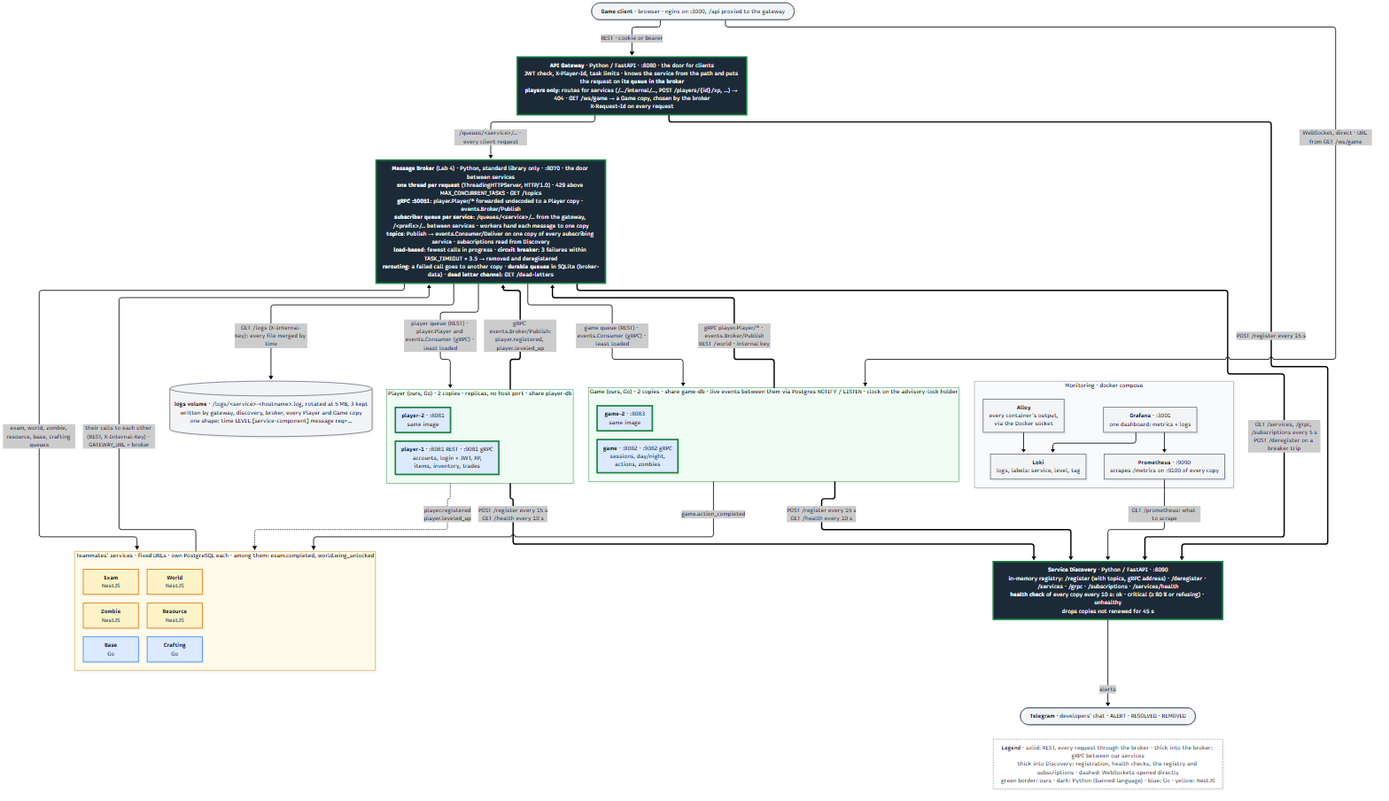
The Mermaid diagram architecture.png in fish30008/in-kahoots-with-the-undead, before a commit. Its source is kept beside it as architecture.mmd.
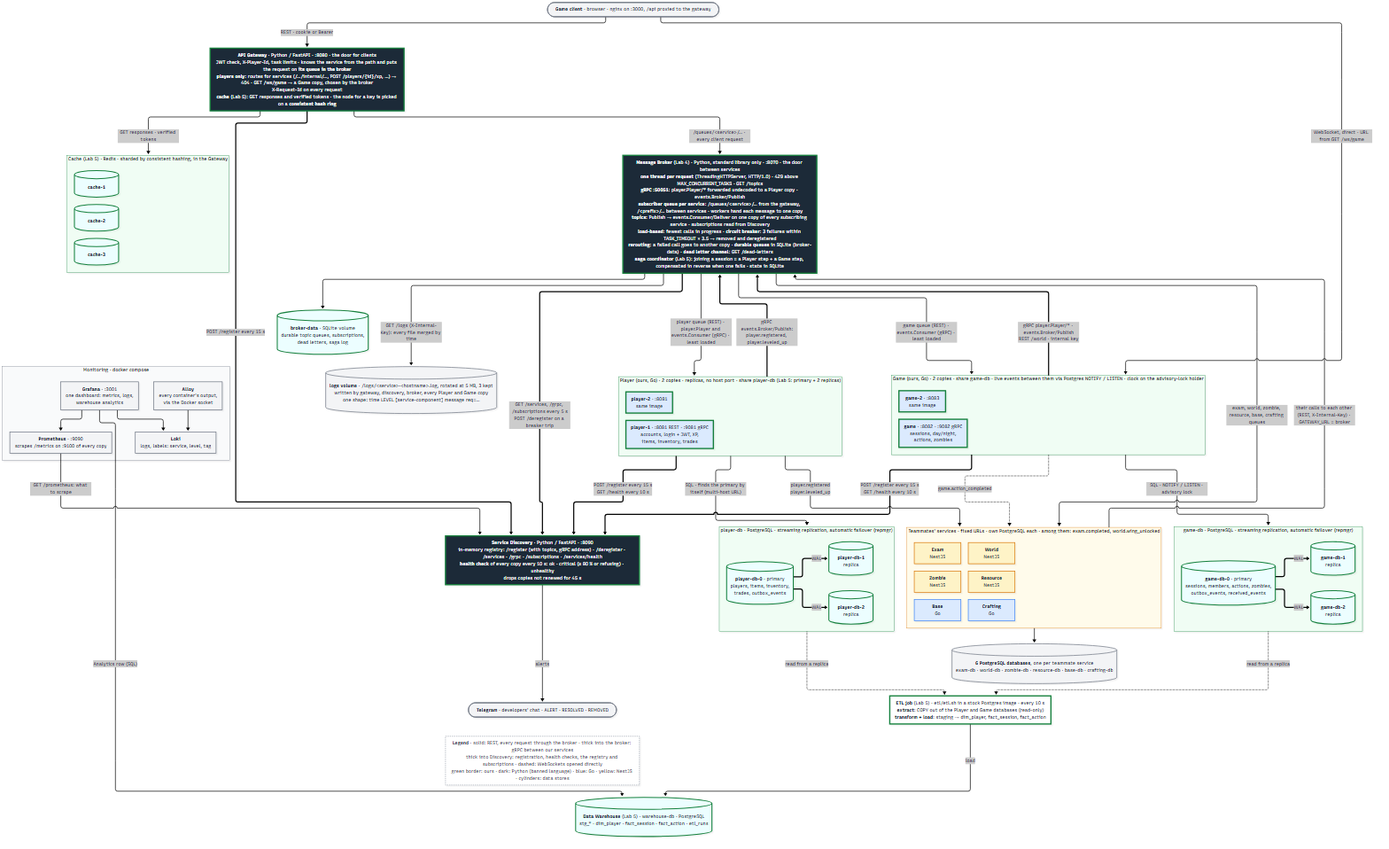
Above is the later version.

Commit message:
grades 2-4: diagram, data warehouse, etl job

Change to the diagram source:
```diff
@@ -3,11 +3,11 @@
 
     client(["<b>Game client</b> · browser · nginx on :3000, /api proxied to the gateway"])
 
-    gateway["<b>API Gateway</b> · Python / FastAPI · :8080 · the door for clients<br/>JWT check, X-Player-Id, task limits · knows the service from the path and puts the request on <b>its queue in the broker</b><br/><b>players only</b>: routes for services (/…/internal/…, POST /players/{id}/xp, …) → 404 · GET /ws/game → a Game copy, chosen by the broker<br/>X-Request-Id on every request"]
+    gateway["<b>API Gateway</b> · Python / FastAPI · :8080 · the door for clients<br/>JWT check, X-Player-Id, task limits · knows the service from the path and puts the request on <b>its queue in the broker</b><br/><b>players only</b>: routes for services (/…/internal/…, POST /players/{id}/xp, …) → 404 · GET /ws/game → a Game copy, chosen by the broker<br/>X-Request-Id on every request<br/><b>cache</b> (Lab 5): GET responses and verified tokens · the node for a key is picked on a <b>consistent hash ring</b>"]
 
-    broker["<b>Message Broker</b> (Lab 4) · Python, standard library only · :8070 · the door between services<br/><b>one thread per request</b> (ThreadingHTTPServer, HTTP/1.0) · 429 above MAX_CONCURRENT_TASKS · GET /topics<br/><b>gRPC :50051</b>: player.Player/* forwarded undecoded to a Player copy · events.Broker/Publish<br/><b>subscriber queue per service</b>: /queues/&lt;service&gt;/… from the gateway, /&lt;prefix&gt;/… between services · workers hand each message to one copy<br/><b>topics</b>: Publish → events.Consumer/Deliver on one copy of every subscribing service · subscriptions read from Discovery<br/><b>load-based</b>: fewest calls in progress · <b>circuit breaker</b>: 3 failures within TASK_TIMEOUT × 3.5 → removed and deregistered<br/><b>rerouting</b>: a failed call goes to another copy · <b>durable queues</b> in SQLite (broker-data) · <b>dead letter channel</b>: GET /dead-letters"]
+    broker["<b>Message Broker</b> (Lab 4) · Python, standard library only · :8070 · the door between services<br/><b>one thread per request</b> (ThreadingHTTPServer, HTTP/1.0) · 429 above MAX_CONCURRENT_TASKS · GET /topics<br/><b>gRPC :50051</b>: player.Player/* forwarded undecoded to a Player copy · events.Broker/Publish<br/><b>subscriber queue per service</b>: /queues/&lt;service&gt;/… from the gateway, /&lt;prefix&gt;/… between services · workers hand each message to one copy<br/><b>topics</b>: Publish → events.Consumer/Deliver on one copy of every subscribing service · subscriptions read from Discovery<br/><b>load-based</b>: fewest calls in progress · <b>circuit breaker</b>: 3 failures within TASK_TIMEOUT × 3.5 → removed and deregistered<br/><b>rerouting</b>: a failed call goes to another copy · <b>durable queues</b> in SQLite (broker-data) · <b>dead letter channel</b>: GET /dead-letters<br/><b>saga coordinator</b> (Lab 5): joining a session = a Player step + a Game step, compensated in reverse when one fails · state in SQLite"]
 
-    subgraph playercopies["Player (ours, Go) · 2 copies · replicas, no host port · share player-db"]
+    subgraph playercopies["Player (ours, Go) · 2 copies · replicas, no host port · share player-db (Lab 5: primary + 2 replicas)"]
         direction LR
         player1["<b>player-1</b> · :8081 REST · :9081 gRPC<br/>accounts, login + JWT, XP,<br/>items, inventory, trades"]
         player2["<b>player-2</b> · :8081<br/>same image"]
@@ -35,6 +35,49 @@
 
     logs[("<b>logs volume</b> · /logs/&lt;service&gt;-&lt;hostname&gt;.log, rotated at 5 MB, 3 kept<br/>written by gateway, discovery, broker, every Player and Game copy<br/>one shape: time LEVEL [service-component] message req=…")]
 
+
+    subgraph cache["Cache (Lab 5) · Redis · sharded by consistent hashing, in the Gateway"]
+        direction LR
+        cache1[("<b>cache-1</b>")]
+        cache2[("<b>cache-2</b>")]
+        cache3[("<b>cache-3</b>")]
+    end
+
+    brokerdata[("<b>broker-data</b> · SQLite volume<br/>durable topic queues, subscriptions,<br/>dead letters, saga log")]
+
+    subgraph playerdb["player-db · PostgreSQL · streaming replication, automatic failover (repmgr)"]
+        direction LR
+        playerdb0[("<b>player-db-0</b> · primary<br/>players, items, inventory,<br/>trades, outbox_events")]
+        playerdb1[("<b>player-db-1</b><br/>replica")]
+        playerdb2[("<b>player-db-2</b><br/>replica")]
+        playerdb0 == "WAL" ==> playerdb1
+        playerdb0 == "WAL" ==> playerdb2
+    end
+
+    subgraph gamedb["game-db · PostgreSQL · streaming replication, automatic failover (repmgr)"]
+        direction LR
+        gamedb0[("<b>game-db-0</b> · primary<br/>sessions, members, actions, zombies,<br/>outbox_events, received_events")]
+        gamedb1[("<b>game-db-1</b><br/>replica")]
+        gamedb2[("<b>game-db-2</b><br/>replica")]
+        gamedb0 == "WAL" ==> gamedb1
+        gamedb0 == "WAL" ==> gamedb2
+    end
+
+    teamdb[("<b>6 PostgreSQL databases</b>, one per teammate service<br/>exam-db · world-db · zombie-db · resource-db · base-db · crafting-db")]
+
+    etl["<b>ETL job</b> (Lab 5) · etl/etl.sh in a stock Postgres image · every 10 s<br/><b>extract</b>: COPY out of the Player and Game databases (read-only)<br/><b>transform + load</b>: staging → dim_player, fact_session, fact_action"]
+
+    warehouse[("<b>Data Warehouse</b> (Lab 5) · warehouse-db · PostgreSQL<br/>stg_* · dim_player · fact_session · fact_action · etl_runs")]
+
+    gateway -- "GET responses · verified tokens" --> cache
+    broker --> brokerdata
+    playercopies -- "SQL · finds the primary by itself (multi-host URL)" --> playerdb
+    gamecopies -- "SQL · NOTIFY / LISTEN · advisory lock" --> gamedb
+    team --> teamdb
+    playerdb -. "read from a replica" .-> etl
+    gamedb -. "read from a replica" .-> etl
+    etl -- "load" --> warehouse
+
     client -- "REST · cookie or Bearer" --> gateway
     client -. "WebSocket, direct · URL from GET /ws/game" .-> gamecopies
 
@@ -58,17 +101,18 @@
         prometheus["<b>Prometheus</b> · :9090<br/>scrapes /metrics on :9100 of every copy"]
         alloy["<b>Alloy</b><br/>every container's output,<br/>via the Docker socket"]
         loki["<b>Loki</b><br/>logs, labels: service, level, tag"]
-        grafana["<b>Grafana</b> · :3001<br/>one dashboard: metrics + logs"]
+        grafana["<b>Grafana</b> · :3001<br/>one dashboard: metrics, logs,<br/>warehouse analytics"]
     end
     prometheus -- "GET /prometheus: what to scrape" --> discovery
     alloy --> loki
     grafana --> prometheus
     grafana --> loki
+    grafana -- "Analytics row (SQL)" --> warehouse
 
     playercopies -. "player.registered<br/>player.leveled_up" .-> team
     gamecopies -. "game.action_completed" .-> team
 
-    legend["<b>Legend</b> · solid: REST, every request through the broker · thick into the broker: gRPC between our services<br/>thick into Discovery: registration, health checks, the registry and subscriptions · dashed: WebSockets opened directly<br/>green border: ours · dark: Python (banned language) · blue: Go · yellow: NestJS"]
+    legend["<b>Legend</b> · solid: REST, every request through the broker · thick into the broker: gRPC between our services<br/>thick into Discovery: registration, health checks, the registry and subscriptions · dashed: WebSockets opened directly<br/>green border: ours · dark: Python (banned language) · blue: Go · yellow: NestJS · cylinders: data stores"]
     telegram ~~~ legend
 
     classDef py fill:#1f2937,color:#ffffff,stroke:#15803d,stroke-width:4px
@@ -76,14 +120,21 @@
     classDef go fill:#dbeafe,stroke:#3b82f6,color:#111827
     classDef ts fill:#fef3c7,stroke:#d97706,color:#111827
     classDef ext fill:#f3f4f6,stroke:#6b7280,color:#111827
+    classDef mine fill:#ffffff,stroke:#15803d,stroke-width:4px,color:#111827
+    classDef store fill:#ecfeff,stroke:#15803d,stroke-width:3px,color:#111827
     classDef note fill:#ffffff,stroke:#9ca3af,color:#374151,stroke-dasharray:4 3
     class gateway,discovery,broker py
     class player1,player2,game1,game2 mineGo
     class base,crafting go
+    class etl mine
+    class playerdb0,playerdb1,playerdb2,gamedb0,gamedb1,gamedb2,warehouse,cache1,cache2,cache3,brokerdata store
     class exam,world,zombie,resource ts
-    class client,telegram,logs,prometheus,alloy,loki,grafana ext
+    class client,telegram,logs,prometheus,alloy,loki,grafana,teamdb ext
     class legend note
     style playercopies fill:#f0fdf4,stroke:#15803d
     style gamecopies fill:#f0fdf4,stroke:#15803d
     style team fill:#fffbeb,stroke:#d97706
     style monitoring fill:#f9fafb,stroke:#6b7280
+    style playerdb fill:#f0fdf4,stroke:#15803d
+    style gamedb fill:#f0fdf4,stroke:#15803d
+    style cache fill:#f0fdf4,stroke:#15803d
```
